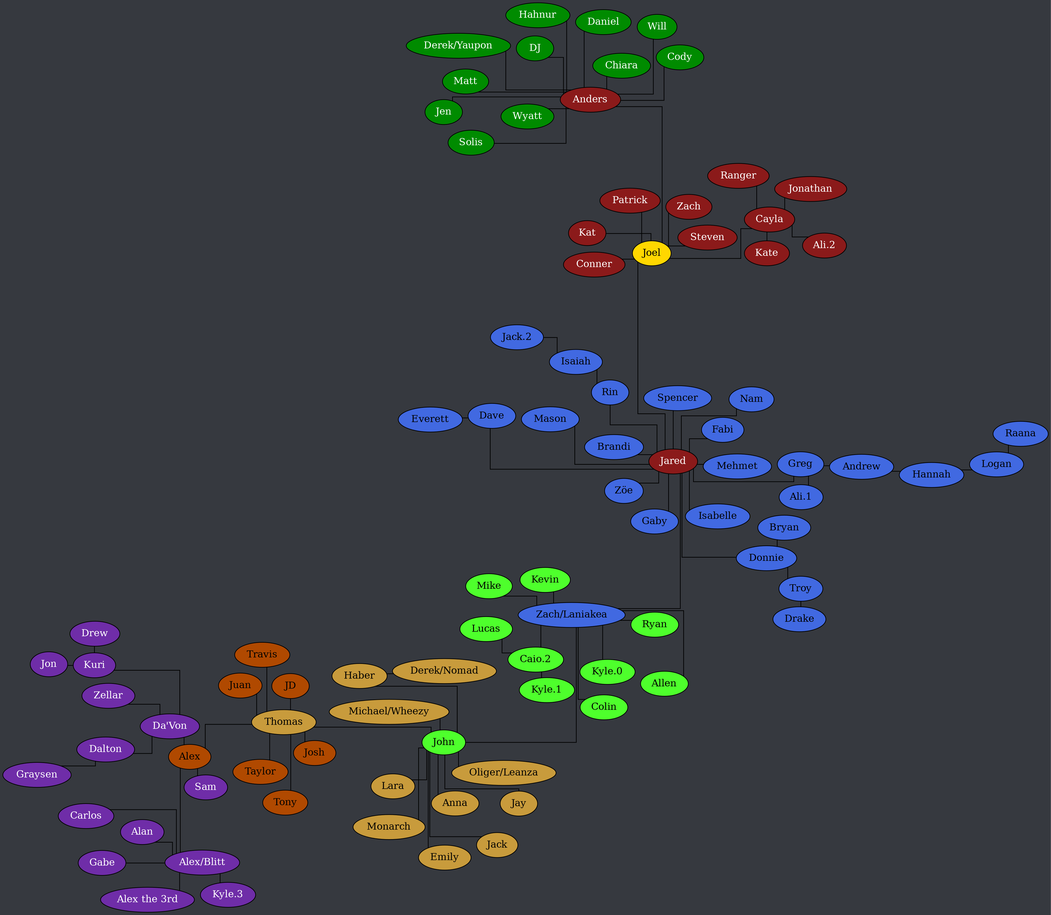
Earlier version of the Graphviz export tree.png (Documidas/CoronaCatzFamilyTree). Its source is kept beside it as tree.dot.
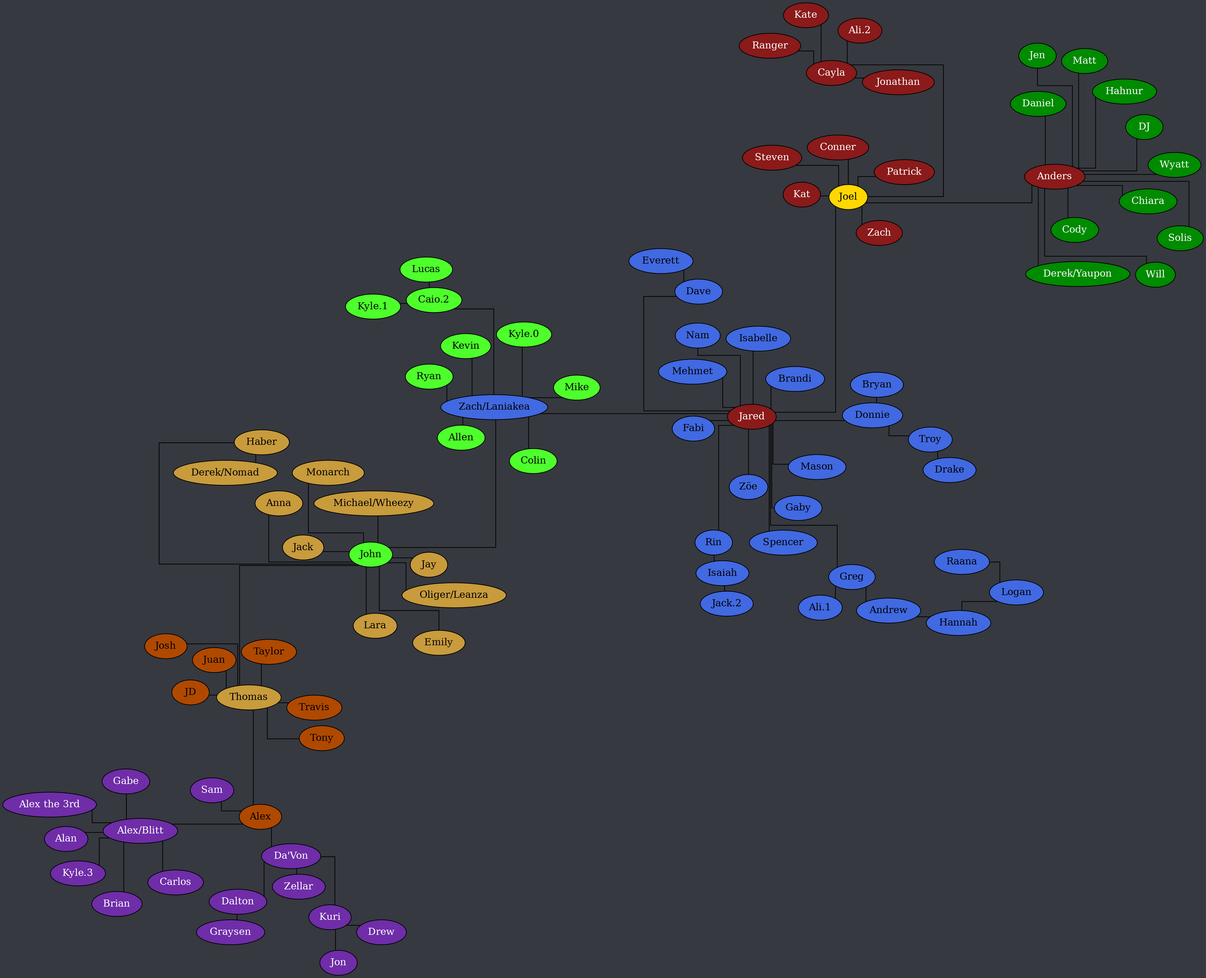
Later version of the same file.

Diff of the diagram source:
```diff
@@ -131,6 +131,7 @@
 		Alex -- Sam;
 		"Alex/Blitt" -- Alan;
 		"Alex/Blitt" -- "Alex the 3rd";
+		"Alex/Blitt" -- Brian;
 		"Alex/Blitt" -- Carlos;
 		"Alex/Blitt" -- Gabe;
 		"Alex/Blitt" -- "Kyle.3";
```
